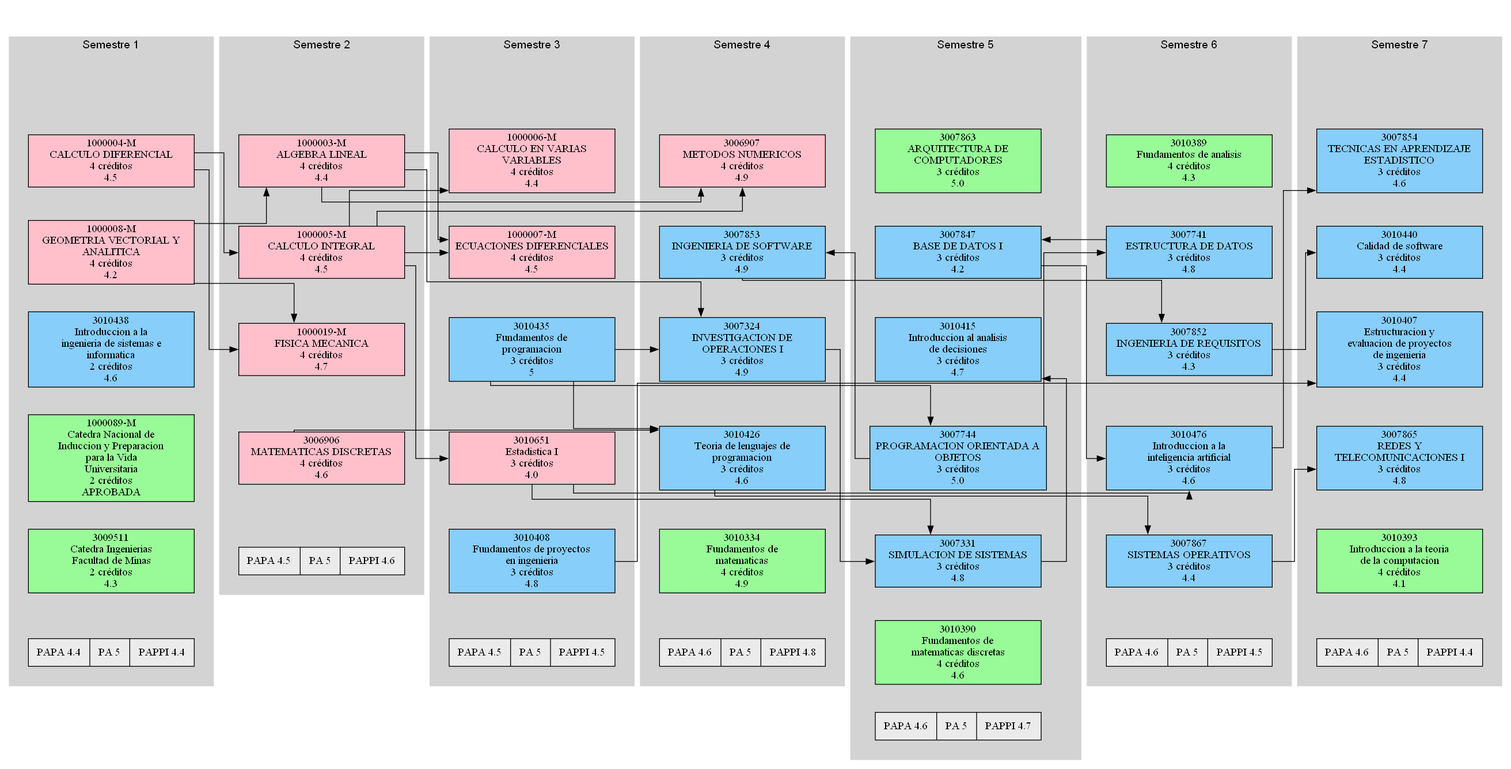
eporrasm/d-web keeps this Graphviz diagram as codigo/asignatura_catalog/Digraph.gv.png. Above is the earlier version. Its source is kept beside it as codigo/asignatura_catalog/Digraph.gv.
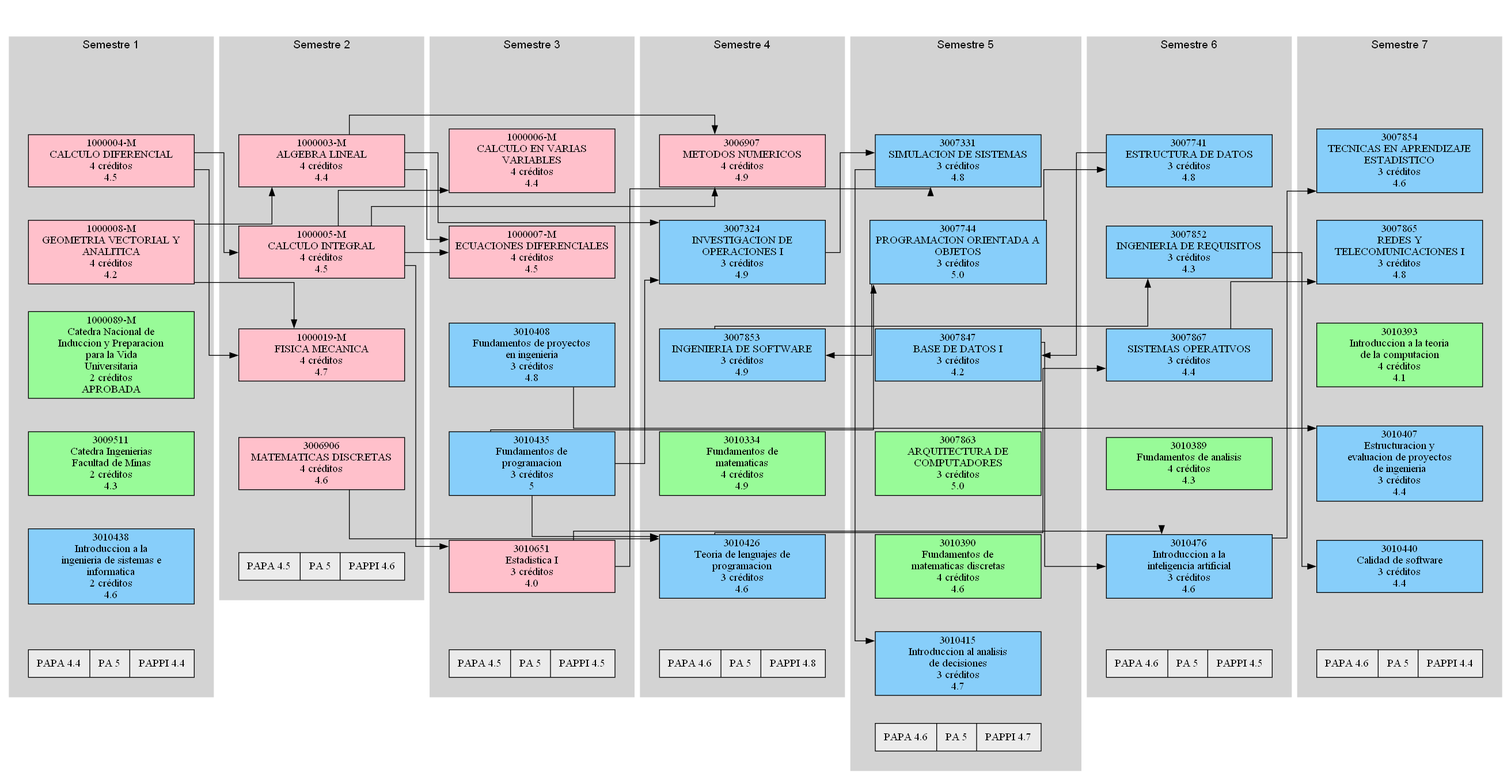
The same file after the commit.

The edit, as a diff of the source:
```diff
@@ -17,13 +17,6 @@
 4 créditos
 4.2" fillcolor="#FFC0CB" group=sem1]
 		"1000004-M" -> "1000008-M" [style=invis]
-		3010438 [label="3010438
-Introduccion a la
-ingenieria de sistemas e
-informatica
-2 créditos
-4.6" fillcolor="#87CEFA" group=sem1]
-		"1000008-M" -> 3010438 [style=invis]
 		"1000089-M" [label="1000089-M
 Catedra Nacional de
 Induccion y Preparacion
@@ -31,15 +24,22 @@
 Universitaria
 2 créditos
 APROBADA" fillcolor="#98FB98" group=sem1]
-		3010438 -> "1000089-M" [style=invis]
+		"1000008-M" -> "1000089-M" [style=invis]
 		3009511 [label="3009511
 Catedra Ingenierias
 Facultad de Minas
 2 créditos
 4.3" fillcolor="#98FB98" group=sem1]
 		"1000089-M" -> 3009511 [style=invis]
+		3010438 [label="3010438
+Introduccion a la
+ingenieria de sistemas e
+informatica
+2 créditos
+4.6" fillcolor="#87CEFA" group=sem1]
+		3009511 -> 3010438 [style=invis]
 		"Promedio 1" [label="PAPA 4.4|PA 5|PAPPI 4.4" fillcolor="#EBEBEB" shape=record]
-		3009511 -> "Promedio 1" [style=invis]
+		3010438 -> "Promedio 1" [style=invis]
 	}
 	subgraph cluster_2 {
 		graph [margin=25]
@@ -87,25 +87,25 @@
 4 créditos
 4.5" fillcolor="#FFC0CB" group=sem3]
 		"1000006-M" -> "1000007-M" [style=invis]
+		3010408 [label="3010408
+Fundamentos de proyectos
+en ingenieria
+3 créditos
+4.8" fillcolor="#87CEFA" group=sem3]
+		"1000007-M" -> 3010408 [style=invis]
 		3010435 [label="3010435
 Fundamentos de
 programacion
 3 créditos
 5" fillcolor="#87CEFA" group=sem3]
-		"1000007-M" -> 3010435 [style=invis]
+		3010408 -> 3010435 [style=invis]
 		3010651 [label="3010651
 Estadistica I
 3 créditos
 4.0" fillcolor="#FFC0CB" group=sem3]
 		3010435 -> 3010651 [style=invis]
-		3010408 [label="3010408
-Fundamentos de proyectos
-en ingenieria
-3 créditos
-4.8" fillcolor="#87CEFA" group=sem3]
-		3010651 -> 3010408 [style=invis]
 		"Promedio 3" [label="PAPA 4.5|PA 5|PAPPI 4.5" fillcolor="#EBEBEB" shape=record]
-		3010408 -> "Promedio 3" [style=invis]
+		3010651 -> "Promedio 3" [style=invis]
 	}
 	subgraph cluster_4 {
 		graph [margin=25]
@@ -118,31 +118,31 @@
 4 créditos
 4.9" fillcolor="#FFC0CB" group=sem4]
 		sem_4 -> 3006907 [style=invis]
-		3007853 [label="3007853
-INGENIERIA DE SOFTWARE
-3 créditos
-4.9" fillcolor="#87CEFA" group=sem4]
-		3006907 -> 3007853 [style=invis]
 		3007324 [label="3007324
 INVESTIGACION DE
 OPERACIONES I
 3 créditos
 4.9" fillcolor="#87CEFA" group=sem4]
-		3007853 -> 3007324 [style=invis]
+		3006907 -> 3007324 [style=invis]
+		3007853 [label="3007853
+INGENIERIA DE SOFTWARE
+3 créditos
+4.9" fillcolor="#87CEFA" group=sem4]
+		3007324 -> 3007853 [style=invis]
+		3010334 [label="3010334
+Fundamentos de
+matematicas
+4 créditos
+4.9" fillcolor="#98FB98" group=sem4]
+		3007853 -> 3010334 [style=invis]
 		3010426 [label="3010426
 Teoria de lenguajes de
 programacion
 3 créditos
 4.6" fillcolor="#87CEFA" group=sem4]
-		3007324 -> 3010426 [style=invis]
-		3010334 [label="3010334
-Fundamentos de
-matematicas
-4 créditos
-4.9" fillcolor="#98FB98" group=sem4]
-		3010426 -> 3010334 [style=invis]
+		3010334 -> 3010426 [style=invis]
 		"Promedio 4" [label="PAPA 4.6|PA 5|PAPPI 4.8" fillcolor="#EBEBEB" shape=record]
-		3010334 -> "Promedio 4" [style=invis]
+		3010426 -> "Promedio 4" [style=invis]
 	}
 	subgraph cluster_5 {
 		graph [margin=25]
@@ -150,42 +150,42 @@
 		color=lightgrey fontname=Arial style=filled
 		label="Semestre 5"
 		sem_5 [label=sem_5 style=invis]
+		3007331 [label="3007331
+SIMULACION DE SISTEMAS
+3 créditos
+4.8" fillcolor="#87CEFA" group=sem5]
+		sem_5 -> 3007331 [style=invis]
+		3007744 [label="3007744
+PROGRAMACION ORIENTADA A
+OBJETOS
+3 créditos
+5.0" fillcolor="#87CEFA" group=sem5]
+		3007331 -> 3007744 [style=invis]
+		3007847 [label="3007847
+BASE DE DATOS I
+3 créditos
+4.2" fillcolor="#87CEFA" group=sem5]
+		3007744 -> 3007847 [style=invis]
 		3007863 [label="3007863
 ARQUITECTURA DE
 COMPUTADORES
 3 créditos
 5.0" fillcolor="#98FB98" group=sem5]
-		sem_5 -> 3007863 [style=invis]
-		3007847 [label="3007847
-BASE DE DATOS I
-3 créditos
-4.2" fillcolor="#87CEFA" group=sem5]
-		3007863 -> 3007847 [style=invis]
+		3007847 -> 3007863 [style=invis]
+		3010390 [label="3010390
+Fundamentos de
+matematicas discretas
+4 créditos
+4.6" fillcolor="#98FB98" group=sem5]
+		3007863 -> 3010390 [style=invis]
 		3010415 [label="3010415
 Introduccion al analisis
 de decisiones
 3 créditos
 4.7" fillcolor="#87CEFA" group=sem5]
-		3007847 -> 3010415 [style=invis]
-		3007744 [label="3007744
-PROGRAMACION ORIENTADA A
-OBJETOS
-3 créditos
-5.0" fillcolor="#87CEFA" group=sem5]
-		3010415 -> 3007744 [style=invis]
-		3007331 [label="3007331
-SIMULACION DE SISTEMAS
-3 créditos
-4.8" fillcolor="#87CEFA" group=sem5]
-		3007744 -> 3007331 [style=invis]
-		3010390 [label="3010390
-Fundamentos de
-matematicas discretas
-4 créditos
-4.6" fillcolor="#98FB98" group=sem5]
-		3007331 -> 3010390 [style=invis]
+		3010390 -> 3010415 [style=invis]
 		"Promedio 5" [label="PAPA 4.6|PA 5|PAPPI 4.7" fillcolor="#EBEBEB" shape=record]
-		3010390 -> "Promedio 5" [style=invis]
+		3010415 -> "Promedio 5" [style=invis]
 	}
 	subgraph cluster_6 {
 		graph [margin=25]
@@ -193,34 +193,34 @@
 		color=lightgrey fontname=Arial style=filled
 		label="Semestre 6"
 		sem_6 [label=sem_6 style=invis]
-		3010389 [label="3010389
-Fundamentos de analisis
-4 créditos
-4.3" fillcolor="#98FB98" group=sem6]
-		sem_6 -> 3010389 [style=invis]
 		3007741 [label="3007741
 ESTRUCTURA DE DATOS
 3 créditos
 4.8" fillcolor="#87CEFA" group=sem6]
-		3010389 -> 3007741 [style=invis]
+		sem_6 -> 3007741 [style=invis]
 		3007852 [label="3007852
 INGENIERIA DE REQUISITOS
 3 créditos
 4.3" fillcolor="#87CEFA" group=sem6]
 		3007741 -> 3007852 [style=invis]
+		3007867 [label="3007867
+SISTEMAS OPERATIVOS
+3 créditos
+4.4" fillcolor="#87CEFA" group=sem6]
+		3007852 -> 3007867 [style=invis]
+		3010389 [label="3010389
+Fundamentos de analisis
+4 créditos
+4.3" fillcolor="#98FB98" group=sem6]
+		3007867 -> 3010389 [style=invis]
 		3010476 [label="3010476
 Introduccion a la
 inteligencia artificial
 3 créditos
 4.6" fillcolor="#87CEFA" group=sem6]
-		3007852 -> 3010476 [style=invis]
-		3007867 [label="3007867
-SISTEMAS OPERATIVOS
-3 créditos
-4.4" fillcolor="#87CEFA" group=sem6]
-		3010476 -> 3007867 [style=invis]
+		3010389 -> 3010476 [style=invis]
 		"Promedio 6" [label="PAPA 4.6|PA 5|PAPPI 4.5" fillcolor="#EBEBEB" shape=record]
-		3007867 -> "Promedio 6" [style=invis]
+		3010476 -> "Promedio 6" [style=invis]
 	}
 	subgraph cluster_7 {
 		graph [margin=25]
@@ -234,62 +234,62 @@
 3 créditos
 4.6" fillcolor="#87CEFA" group=sem7]
 		sem_7 -> 3007854 [style=invis]
-		3010440 [label="3010440
-Calidad de software
+		3007865 [label="3007865
+REDES Y
+TELECOMUNICACIONES I
 3 créditos
-4.4" fillcolor="#87CEFA" group=sem7]
-		3007854 -> 3010440 [style=invis]
+4.8" fillcolor="#87CEFA" group=sem7]
+		3007854 -> 3007865 [style=invis]
+		3010393 [label="3010393
+Introduccion a la teoria
+de la computacion
+4 créditos
+4.1" fillcolor="#98FB98" group=sem7]
+		3007865 -> 3010393 [style=invis]
 		3010407 [label="3010407
 Estructuracion y
 evaluacion de proyectos
 de ingenieria
 3 créditos
 4.4" fillcolor="#87CEFA" group=sem7]
-		3010440 -> 3010407 [style=invis]
-		3007865 [label="3007865
-REDES Y
-TELECOMUNICACIONES I
+		3010393 -> 3010407 [style=invis]
+		3010440 [label="3010440
+Calidad de software
 3 créditos
-4.8" fillcolor="#87CEFA" group=sem7]
-		3010407 -> 3007865 [style=invis]
-		3010393 [label="3010393
-Introduccion a la teoria
-de la computacion
-4 créditos
-4.1" fillcolor="#98FB98" group=sem7]
-		3007865 -> 3010393 [style=invis]
+4.4" fillcolor="#87CEFA" group=sem7]
+		3010407 -> 3010440 [style=invis]
 		"Promedio 7" [label="PAPA 4.6|PA 5|PAPPI 4.4" fillcolor="#EBEBEB" shape=record]
-		3010393 -> "Promedio 7" [style=invis]
+		3010440 -> "Promedio 7" [style=invis]
 	}
-	3010476 -> 3007854 [constraint=false]
-	3007852 -> 3010440 [constraint=false]
-	3010408 -> 3010407 [constraint=false]
-	3007867 -> 3007865 [constraint=false]
-	3007744 -> 3007741 [constraint=false]
-	3007853 -> 3007852 [constraint=false]
-	3010651 -> 3010476 [constraint=false]
-	3007847 -> 3010476 [constraint=false]
-	3010426 -> 3007867 [constraint=false]
-	3007741 -> 3007847 [constraint=false]
-	3007331 -> 3010415 [constraint=false]
-	3010435 -> 3007744 [constraint=false]
-	3007324 -> 3007331 [constraint=false]
-	3010651 -> 3007331 [constraint=false]
-	"1000003-M" -> 3006907 [constraint=false]
-	"1000005-M" -> 3006907 [constraint=false]
-	3007744 -> 3007853 [constraint=false]
-	"1000003-M" -> 3007324 [constraint=false]
-	3010435 -> 3007324 [constraint=false]
-	3010435 -> 3010426 [constraint=false]
-	3006906 -> 3010426 [constraint=false]
+	"1000008-M" -> "1000003-M" [constraint=false]
+	"1000004-M" -> "1000005-M" [constraint=false]
 	"1000005-M" -> "1000006-M" [constraint=false]
 	"1000003-M" -> "1000007-M" [constraint=false]
 	"1000005-M" -> "1000007-M" [constraint=false]
-	"1000005-M" -> 3010651 [constraint=false]
-	"1000008-M" -> "1000003-M" [constraint=false]
-	"1000004-M" -> "1000005-M" [constraint=false]
 	"1000004-M" -> "1000019-M" [constraint=false]
 	"1000008-M" -> "1000019-M" [constraint=false]
+	"1000003-M" -> 3006907 [constraint=false]
+	"1000005-M" -> 3006907 [constraint=false]
+	"1000003-M" -> 3007324 [constraint=false]
+	3010435 -> 3007324 [constraint=false]
+	3007324 -> 3007331 [constraint=false]
+	3010651 -> 3007331 [constraint=false]
+	3007744 -> 3007741 [constraint=false]
+	3010435 -> 3007744 [constraint=false]
+	3007741 -> 3007847 [constraint=false]
+	3007853 -> 3007852 [constraint=false]
+	3007744 -> 3007853 [constraint=false]
+	3010476 -> 3007854 [constraint=false]
+	3007867 -> 3007865 [constraint=false]
+	3010426 -> 3007867 [constraint=false]
+	3010408 -> 3010407 [constraint=false]
+	3007331 -> 3010415 [constraint=false]
+	3010435 -> 3010426 [constraint=false]
+	3006906 -> 3010426 [constraint=false]
+	3007852 -> 3010440 [constraint=false]
+	3010651 -> 3010476 [constraint=false]
+	3007847 -> 3010476 [constraint=false]
+	"1000005-M" -> 3010651 [constraint=false]
 	start -> sem_1 [lhead=cluster_1 style=invis]
 	start -> sem_2 [lhead=cluster_2 style=invis]
 	start -> sem_3 [lhead=cluster_3 style=invis]
```
